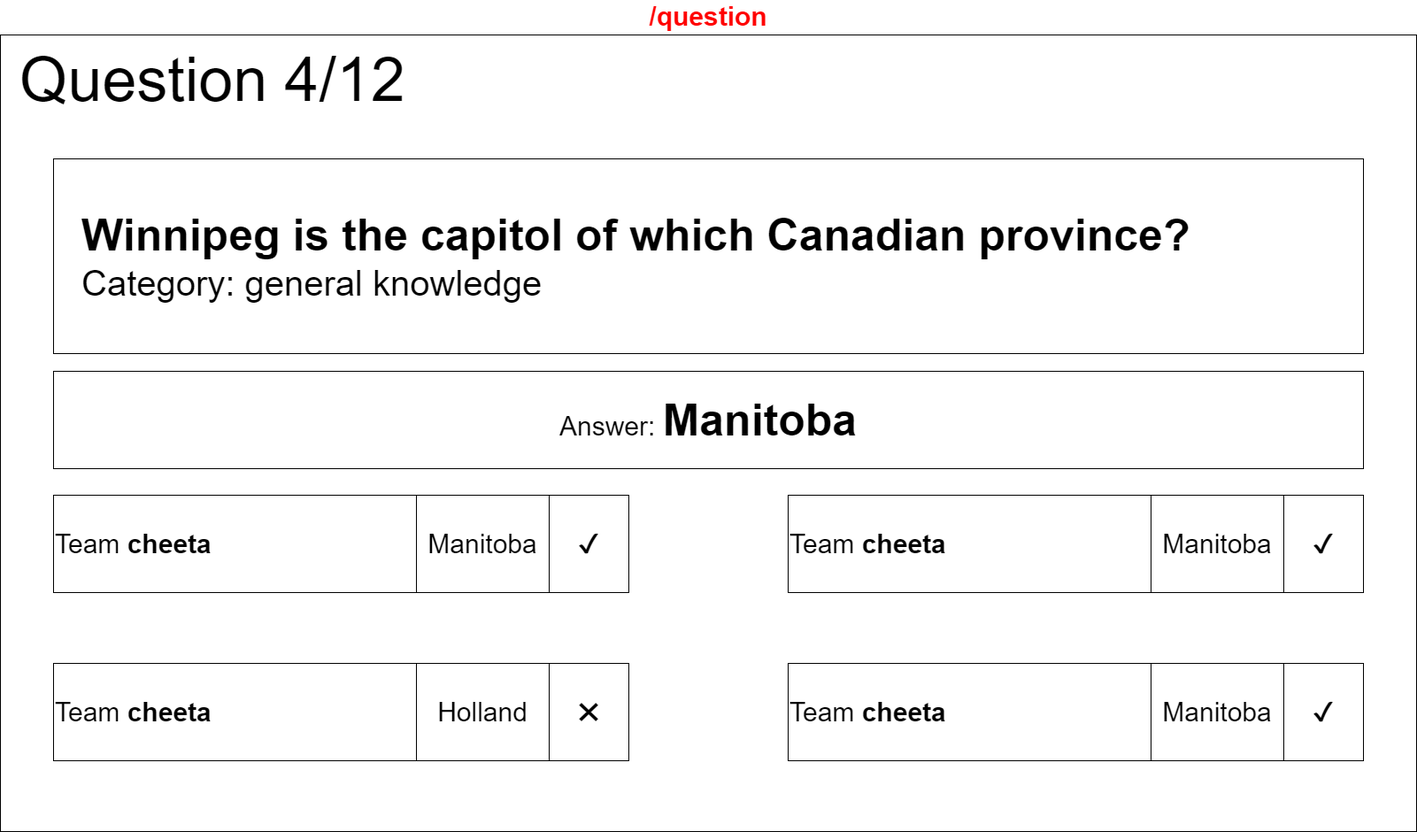
Earlier version of the draw.io export docs/wireframes/scoreboard-answers.png (IkBenDeSjaak/Quizzer). Source tidied: cells renumbered, new cells last; positions are measured from the earlier drawing's top-left corner, leaving out a move shared by most shapes.
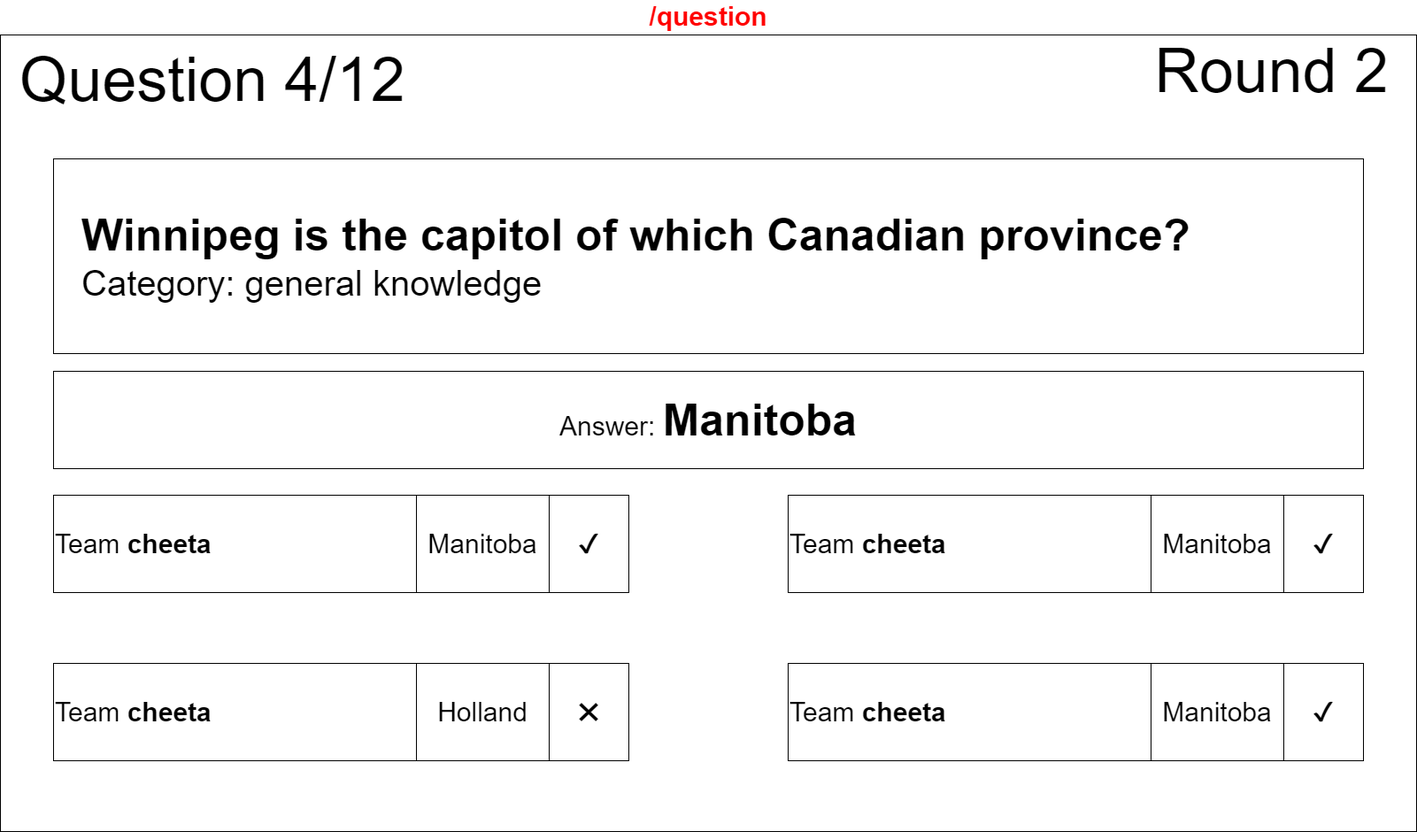
Later version of the same file.

The edit, as a diff of the source:
```diff
@@ -53,5 +53,8 @@
     <mxCell id="18" value="&lt;font style=&quot;font-size: 30px&quot;&gt;✔&lt;/font&gt;" style="rounded=0;whiteSpace=wrap;html=1;" parent="1" vertex="1">
       <mxGeometry x="1450" y="520" width="90" height="110" as="geometry" />
     </mxCell>
+    <mxCell id="19" value="&lt;span style=&quot;font-size: 70px&quot;&gt;Round 2&lt;/span&gt;" style="text;html=1;align=right;verticalAlign=middle;" parent="1" vertex="1">
+      <mxGeometry x="1290" y="20" width="280" height="40" as="geometry" />
+    </mxCell>
   </root>
 </mxGraphModel>
```
